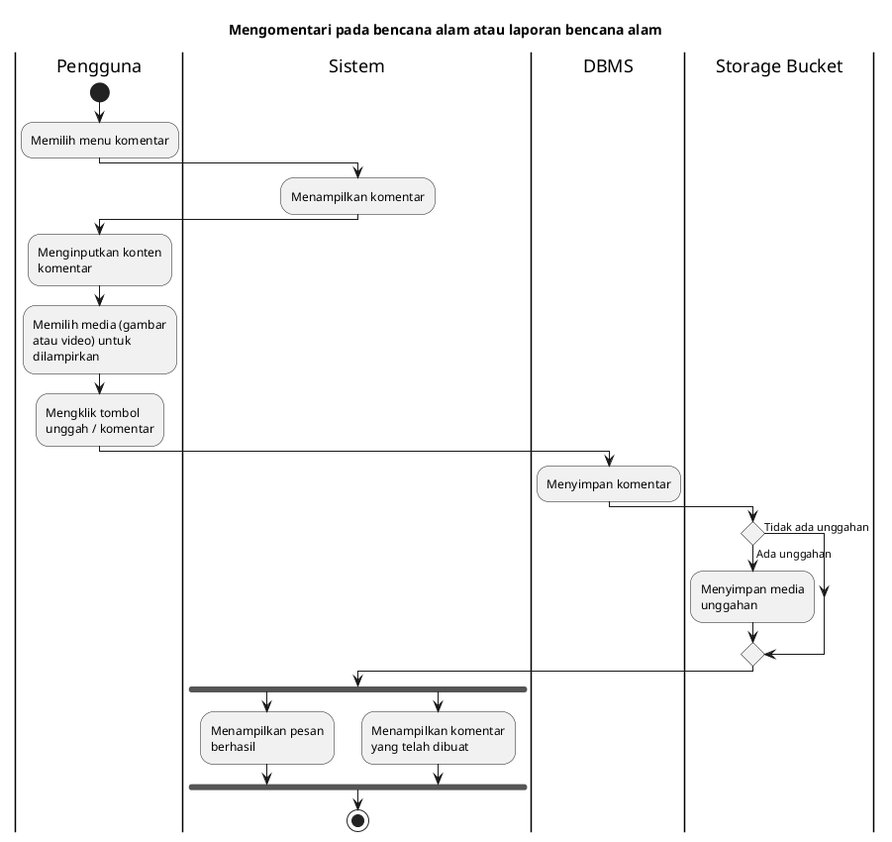
bagusNA/appl-diagrams keeps this PlantUML diagram as export/Activity Diagrams/UC-MAP - Peta Bencana/UC-MAP-012 - Mengomentari pada bencana alam atau laporan bencana alam.png. Above is the earlier version.
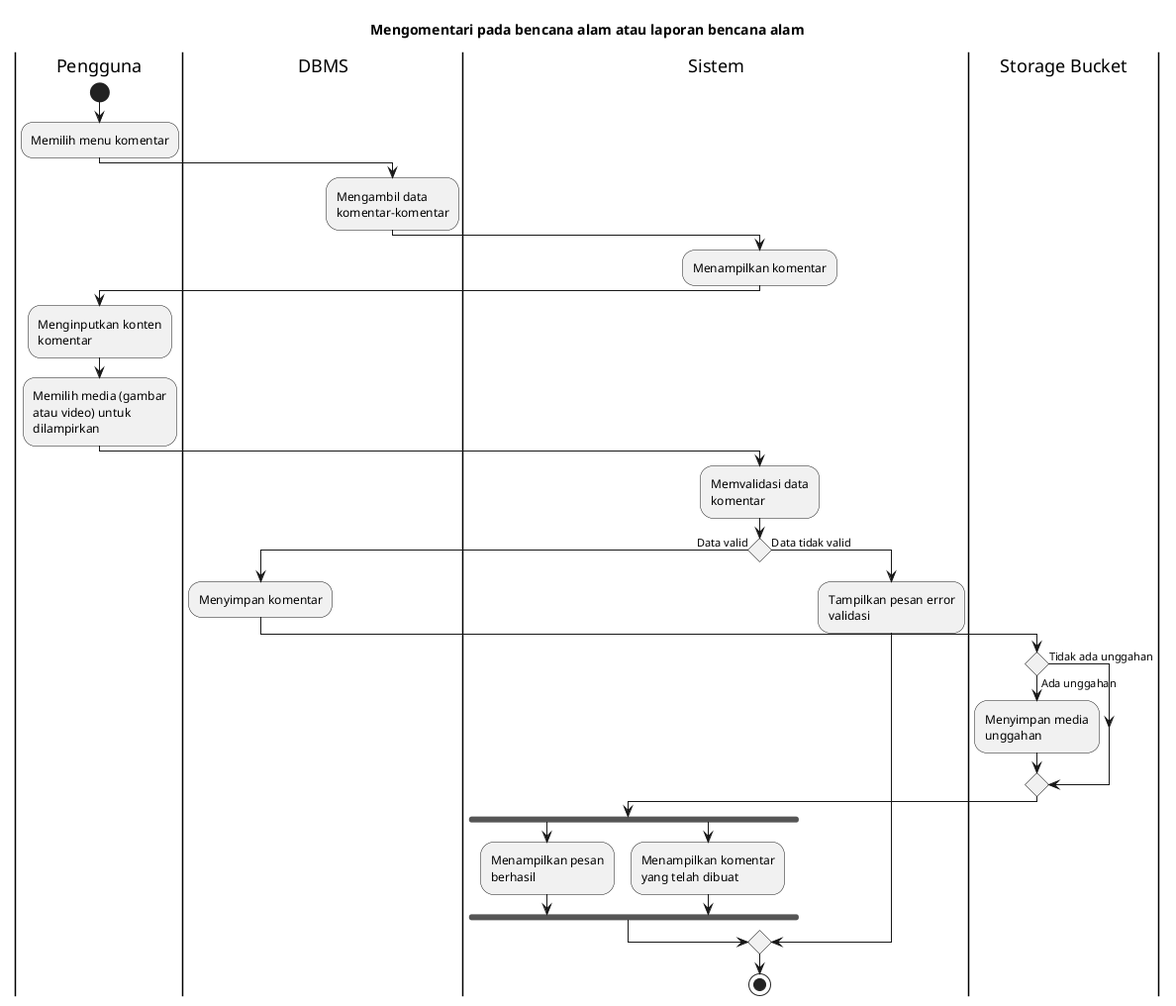
The same diagram one commit later.

The edit, as a diff of the source:
```diff
@@ -7,29 +7,39 @@
 start
 :Memilih menu komentar;
 
+|DBMS|
+:Mengambil data komentar-komentar;
+
 |Sistem|
 :Menampilkan komentar;
 
 |Pengguna|
 :Menginputkan konten komentar;
 :Memilih media (gambar atau video) untuk dilampirkan;
-:Mengklik tombol unggah / komentar;
-
-|DBMS|
-:Menyimpan komentar;
-
-|Storage Bucket|
-if () then (Tidak ada unggahan)
-else (Ada unggahan)
-:Menyimpan media unggahan;
-endif
 
 |Sistem|
-fork
-  :Menampilkan pesan berhasil;
-fork again
-  :Menampilkan komentar yang telah dibuat;
-endfork
+:Memvalidasi data komentar;
+
+if () then (Data valid)
+  |DBMS|
+  :Menyimpan komentar;
+
+  |Storage Bucket|
+  if () then (Tidak ada unggahan)
+  else (Ada unggahan)
+  :Menyimpan media unggahan;
+  endif
+
+  |Sistem|
+  fork
+    :Menampilkan pesan berhasil;
+  fork again
+    :Menampilkan komentar yang telah dibuat;
+  endfork
+else (Data tidak valid)
+  |Sistem|
+  :Tampilkan pesan error validasi;
+endif
 
 stop
 @enduml
```
